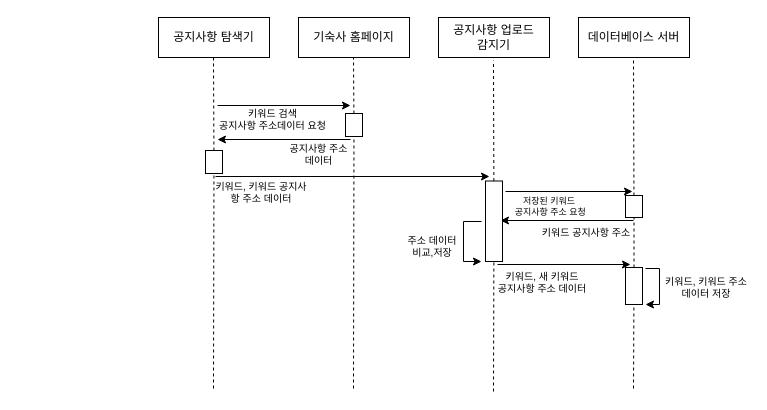
Before: 기숙사 공지사항.drawio in seongjin17/test, a draw.io diagram. Source tidied: cells renumbered, new cells numbered last; positions are measured from the earlier drawing's top-left corner, leaving out a move shared by most shapes. Both pictures are drawn from the tidied source at 100%, with x=0, y=0 at pixel (158, 17).
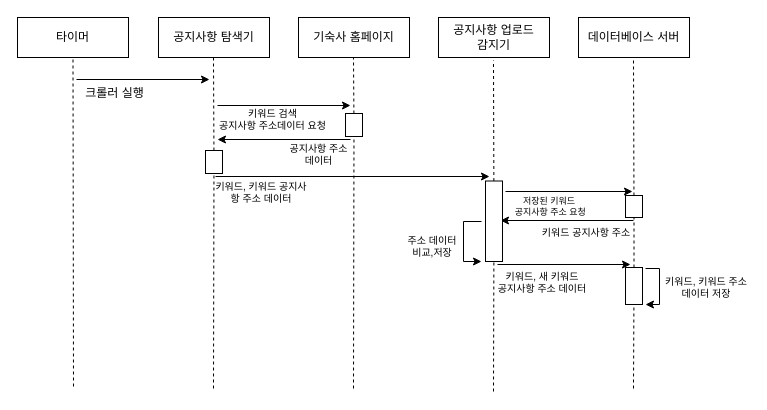
Above is the later version.

Commit message:
Update 기숙사 공지사항.drawio

Change to the diagram source:
```diff
@@
+    <mxCell id="36" value="타이머" style="rounded=0;whiteSpace=wrap;html=1;" parent="1" vertex="1">
+      <mxGeometry x="-141" width="111" height="40" as="geometry" />
+    </mxCell>
+    <mxCell id="37" style="endArrow=none;dashed=1;html=1;rounded=0;entryX=0.5;entryY=1;entryDx=0;entryDy=0;" parent="1" edge="1" target="36">
+      <mxGeometry relative="1" as="geometry">
+        <mxPoint x="-85" y="369" as="sourcePoint" />
+      </mxGeometry>
+    </mxCell>
+    <mxCell id="38" style="endArrow=classic;html=1;rounded=0;" parent="1" edge="1">
+      <mxGeometry relative="1" as="geometry">
+        <mxPoint x="-82" y="62" as="sourcePoint" />
+        <mxPoint x="51" y="62" as="targetPoint" />
+      </mxGeometry>
+    </mxCell>
+    <mxCell id="39" value="크롤러 실행" style="text;html=1;strokeColor=none;fillColor=none;align=center;verticalAlign=middle;whiteSpace=wrap;rounded=0;" parent="1" vertex="1">
+      <mxGeometry x="-86" y="61" width="85" height="30" as="geometry" />
+    </mxCell>
```
